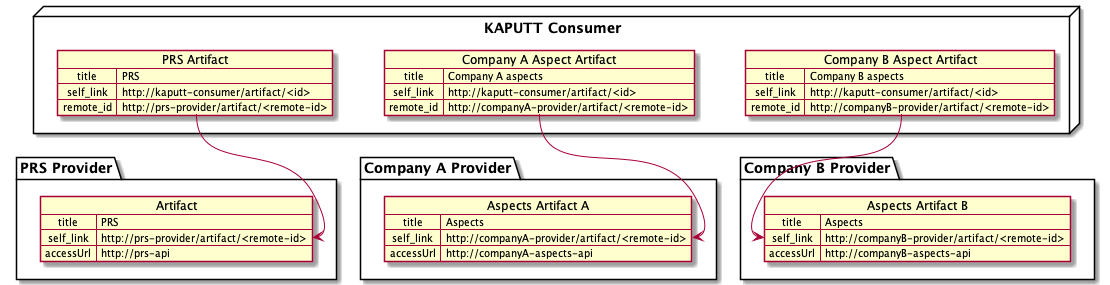
This is documentation/architecture/diagrams/speedboat-artifacts.png from catenax/tractusx, a PlantUML export, as it was before one commit.
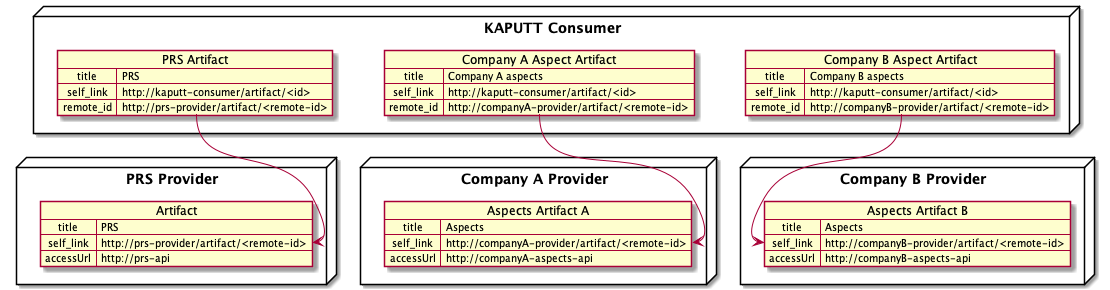
Later version of the same file.

Commit message:
Used node instead of namespace to avoid confusion.

Diff of the diagram source:
```diff
@@ -20,7 +20,7 @@
 }
 }
 
-namespace "PRS Provider" as PRSProvider {
+node "PRS Provider" as PRSProvider {
 map Artifact {
  title => PRS
  self_link => http://prs-provider/artifact/<remote-id>
@@ -28,7 +28,7 @@
 }
 }
 
-namespace "Company A Provider" as CompanyAProvider {
+node "Company A Provider" as CompanyAProvider {
 map "Aspects Artifact A" as AspectsArtifactA {
  title => Aspects
  self_link => http://companyA-provider/artifact/<remote-id>
@@ -36,7 +36,7 @@
 }
 }
 
-namespace "Company B Provider" as CompanyBProvider {
+node "Company B Provider" as CompanyBProvider {
 map "Aspects Artifact B" as  AspectsArtifactB {
  title => Aspects
  self_link => http://companyB-provider/artifact/<remote-id>
```
